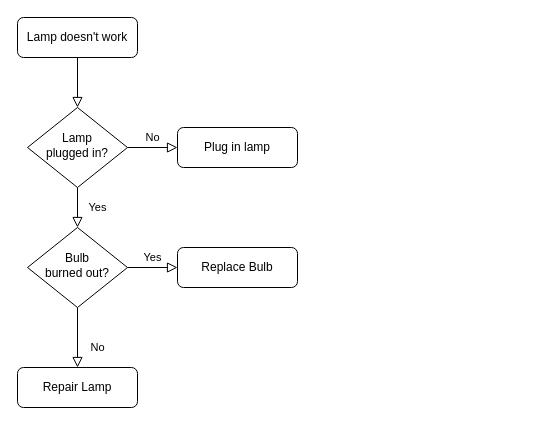
The draw.io diagram page "Page-1" (1 of 2) of Untitled Diagram.drawio in dbachtold/diagrams, before the edit. Source tidied: cells renumbered, new cells numbered last; positions are measured from the earlier drawing's top-left corner, leaving out a move shared by most shapes. Both pictures are drawn from the tidied source at 100%, with x=0, y=0 at pixel (17, 17).
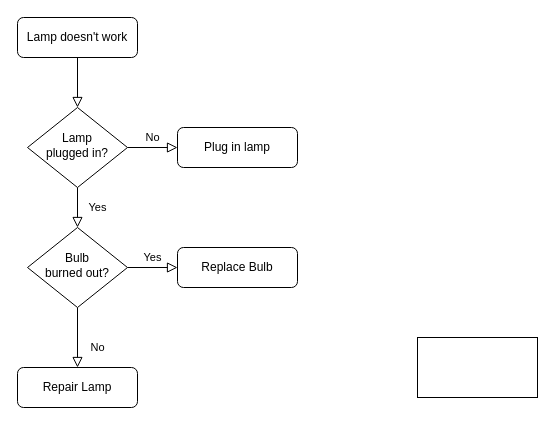
Above is the later version.

What changed in the source:
```diff
@@
 <mxGraphModel>
   <root>
     <mxCell id="0" />
     <mxCell id="1" parent="0" />
     <mxCell id="2" style="rounded=0;html=1;jettySize=auto;fontSize=11;endArrow=block;endFill=0;endSize=8;strokeWidth=1;shadow=0;labelBackgroundColor=none;edgeStyle=orthogonalEdgeStyle;" parent="1" edge="1" source="3" target="6">
       <mxGeometry relative="1" as="geometry" />
     </mxCell>
     <mxCell id="3" value="Lamp doesn't work" style="rounded=1;whiteSpace=wrap;html=1;fontSize=12;glass=0;strokeWidth=1;shadow=0;" parent="1" vertex="1">
       <mxGeometry width="120" height="40" as="geometry" />
     </mxCell>
     <mxCell id="4" value="Yes" style="rounded=0;html=1;jettySize=auto;fontSize=11;endArrow=block;endFill=0;endSize=8;strokeWidth=1;shadow=0;labelBackgroundColor=none;edgeStyle=orthogonalEdgeStyle;" parent="1" edge="1" source="6" target="10">
       <mxGeometry y="20" relative="1" as="geometry" />
     </mxCell>
     <mxCell id="5" value="No" style="edgeStyle=orthogonalEdgeStyle;rounded=0;html=1;jettySize=auto;fontSize=11;endArrow=block;endFill=0;endSize=8;strokeWidth=1;shadow=0;labelBackgroundColor=none;" parent="1" edge="1" source="6" target="7">
       <mxGeometry y="10" relative="1" as="geometry" />
     </mxCell>
     <mxCell id="6" value="Lamp&lt;br&gt;plugged in?" style="rhombus;whiteSpace=wrap;html=1;shadow=0;fontFamily=Helvetica;fontSize=12;align=center;strokeWidth=1;spacing=6;spacingTop=-4;" parent="1" vertex="1">
       <mxGeometry x="10" y="90" width="100" height="80" as="geometry" />
     </mxCell>
     <mxCell id="7" value="Plug in lamp" style="rounded=1;whiteSpace=wrap;html=1;fontSize=12;glass=0;strokeWidth=1;shadow=0;" parent="1" vertex="1">
       <mxGeometry x="160" y="110" width="120" height="40" as="geometry" />
     </mxCell>
     <mxCell id="8" value="No" style="rounded=0;html=1;jettySize=auto;fontSize=11;endArrow=block;endFill=0;endSize=8;strokeWidth=1;shadow=0;labelBackgroundColor=none;edgeStyle=orthogonalEdgeStyle;" parent="1" edge="1" source="10" target="11">
       <mxGeometry x="0.33" y="20" relative="1" as="geometry" />
     </mxCell>
     <mxCell id="9" value="Yes" style="edgeStyle=orthogonalEdgeStyle;rounded=0;html=1;jettySize=auto;fontSize=11;endArrow=block;endFill=0;endSize=8;strokeWidth=1;shadow=0;labelBackgroundColor=none;" parent="1" edge="1" source="10" target="12">
       <mxGeometry y="10" relative="1" as="geometry" />
     </mxCell>
     <mxCell id="10" value="Bulb&lt;br&gt;burned out?" style="rhombus;whiteSpace=wrap;html=1;shadow=0;fontFamily=Helvetica;fontSize=12;align=center;strokeWidth=1;spacing=6;spacingTop=-4;" parent="1" vertex="1">
       <mxGeometry x="10" y="210" width="100" height="80" as="geometry" />
     </mxCell>
     <mxCell id="11" value="Repair Lamp" style="rounded=1;whiteSpace=wrap;html=1;fontSize=12;glass=0;strokeWidth=1;shadow=0;" parent="1" vertex="1">
       <mxGeometry y="350" width="120" height="40" as="geometry" />
     </mxCell>
     <mxCell id="12" value="Replace Bulb" style="rounded=1;whiteSpace=wrap;html=1;fontSize=12;glass=0;strokeWidth=1;shadow=0;" parent="1" vertex="1">
       <mxGeometry x="160" y="230" width="120" height="40" as="geometry" />
     </mxCell>
+    <mxCell id="13" style="rounded=0;whiteSpace=wrap;html=1;" parent="1" vertex="1">
+      <mxGeometry x="400" y="320" width="120" height="60" as="geometry" />
+    </mxCell>
   </root>
 </mxGraphModel>
```
